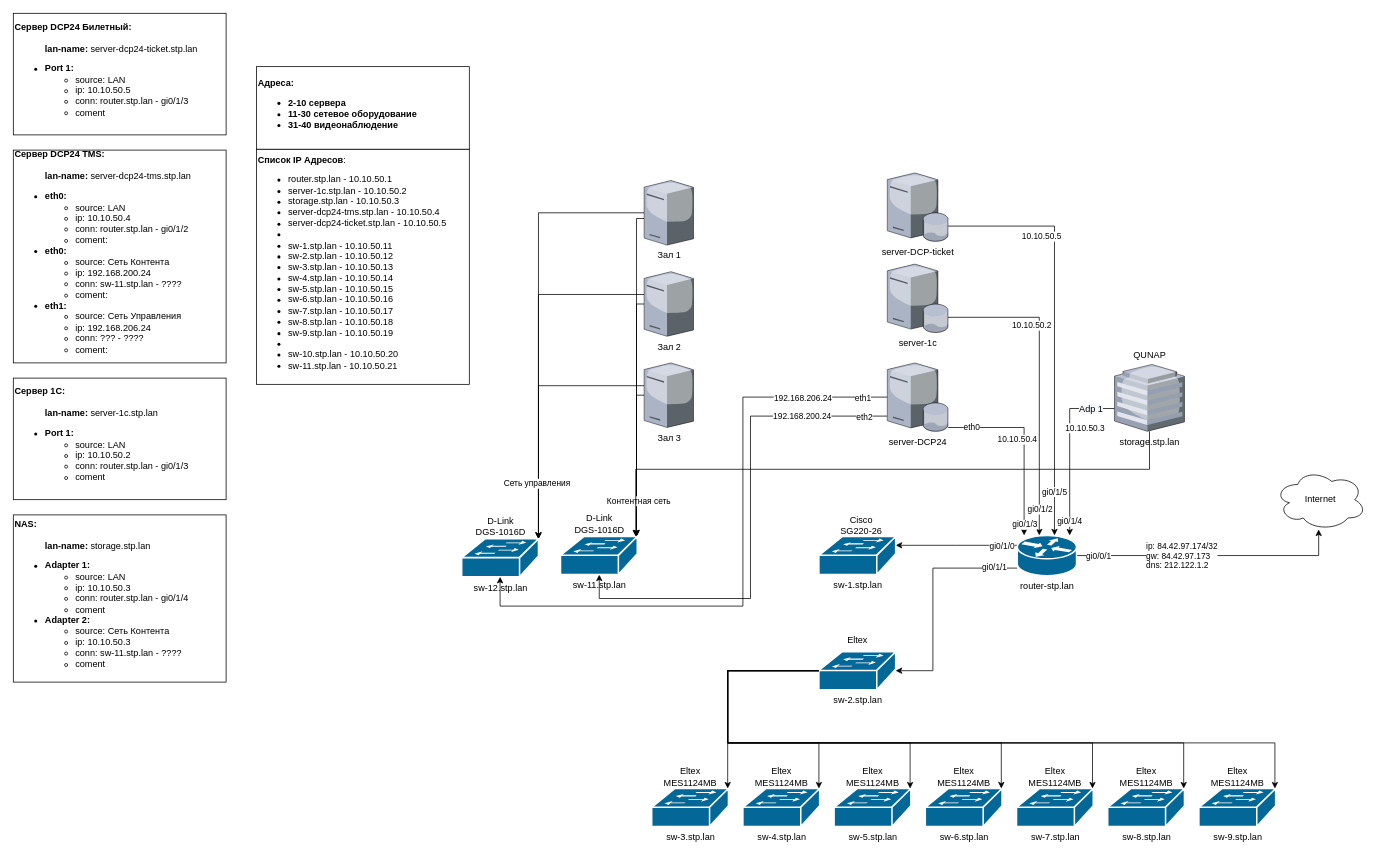
Above: network-map.drawio in lex1010011010/kino-khv (draw.io), before the change. Source tidied: cells renumbered, new cells numbered last; positions are measured from the earlier drawing's top-left corner, leaving out a move shared by most shapes. Both pictures are drawn from the tidied source at 76%, with x=0, y=0 at pixel (13, 13).
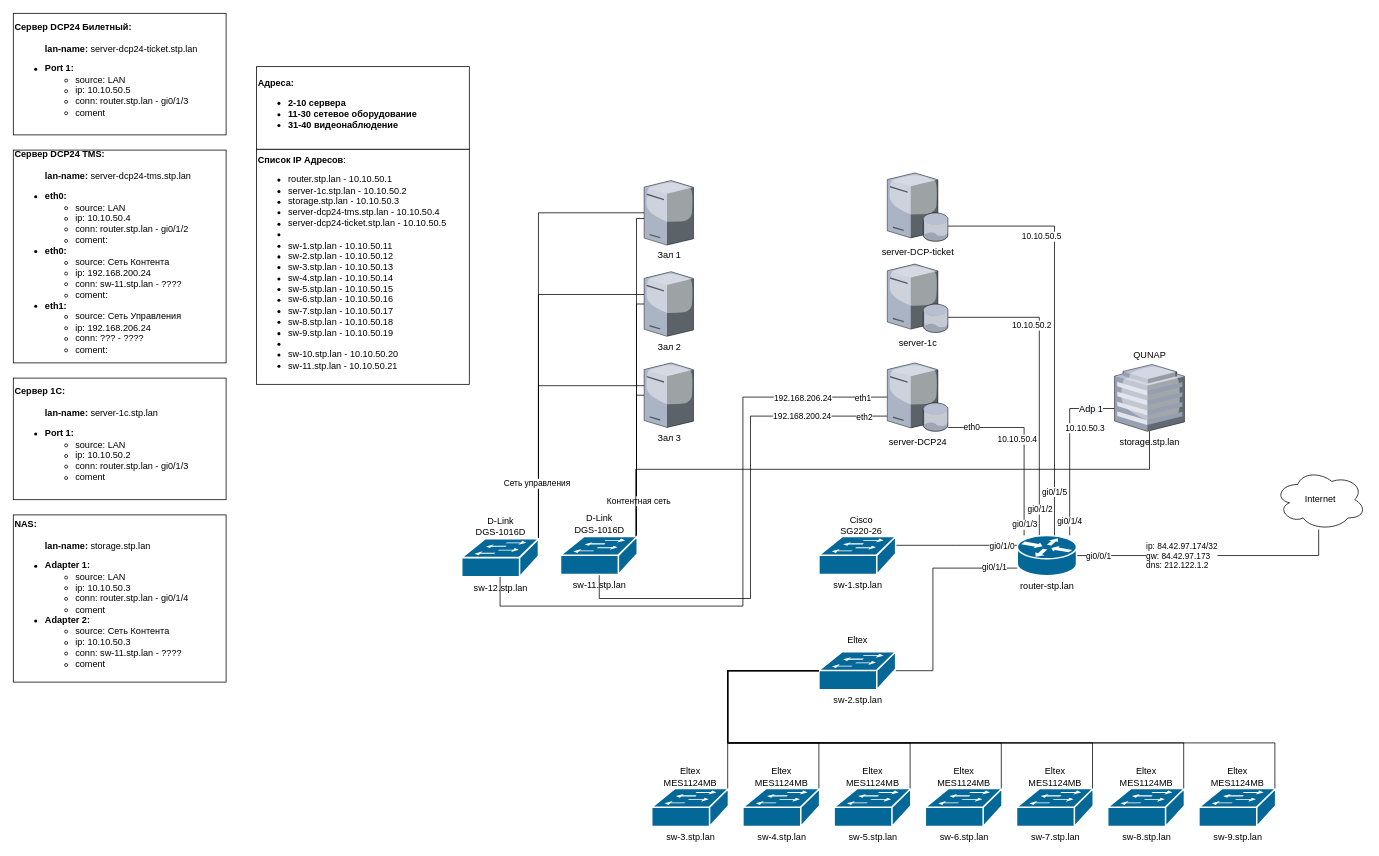
The same page after the edit.

Unchanged cells that the change refers to:
```xml
<mxCell id="20" value="router-stp.lan" style="shape=mxgraph.cisco.routers.router;sketch=0;html=1;dashed=0;fillColor=#036897;strokeColor=#ffffff;strokeWidth=2;verticalLabelPosition=bottom;verticalAlign=top;align=center;outlineConnect=0;" parent="1" vertex="1">
  <mxGeometry x="1321" y="687" width="78" height="53" as="geometry" />
</mxCell>
<mxCell id="21" value="Internet" style="ellipse;shape=cloud;whiteSpace=wrap;html=1;" parent="1" vertex="1">
  <mxGeometry x="1660" y="600" width="120" height="80" as="geometry" />
</mxCell>
<mxCell id="22" value="server-1c" style="verticalLabelPosition=bottom;sketch=0;html=1;verticalAlign=top;strokeColor=none;align=center;outlineConnect=0;shape=mxgraph.citrix.database_server;" parent="1" vertex="1">
  <mxGeometry x="1150" y="330" width="80" height="90" as="geometry" />
</mxCell>
<mxCell id="26" value="server-DCP24" style="verticalLabelPosition=bottom;sketch=0;html=1;verticalAlign=top;strokeColor=none;align=center;outlineConnect=0;shape=mxgraph.citrix.database_server;" parent="1" vertex="1">
  <mxGeometry x="1150" y="460" width="80" height="90" as="geometry" />
</mxCell>
<mxCell id="29" value="Зал 1" style="verticalLabelPosition=bottom;sketch=0;html=1;verticalAlign=top;strokeColor=none;align=center;outlineConnect=0;shape=mxgraph.citrix.tower_server;" parent="1" vertex="1">
  <mxGeometry x="830" y="220" width="65" height="85" as="geometry" />
</mxCell>
<mxCell id="32" value="Зал 2" style="verticalLabelPosition=bottom;sketch=0;html=1;verticalAlign=top;strokeColor=none;align=center;outlineConnect=0;shape=mxgraph.citrix.tower_server;" parent="1" vertex="1">
  <mxGeometry x="830" y="340" width="65" height="85" as="geometry" />
</mxCell>
<mxCell id="37" value="Зал 3" style="verticalLabelPosition=bottom;sketch=0;html=1;verticalAlign=top;strokeColor=none;align=center;outlineConnect=0;shape=mxgraph.citrix.tower_server;" parent="1" vertex="1">
  <mxGeometry x="830" y="460" width="65" height="85" as="geometry" />
</mxCell>
<mxCell id="39" value="sw-1.stp.lan" style="shape=mxgraph.cisco.switches.workgroup_switch;sketch=0;html=1;dashed=0;fillColor=#036897;strokeColor=#ffffff;strokeWidth=2;verticalLabelPosition=bottom;verticalAlign=top;align=center;outlineConnect=0;" parent="38" vertex="1">
  <mxGeometry y="30" width="101" height="50" as="geometry" />
</mxCell>
<mxCell id="42" value="sw-2.stp.lan" style="shape=mxgraph.cisco.switches.workgroup_switch;sketch=0;html=1;dashed=0;fillColor=#036897;strokeColor=#ffffff;strokeWidth=2;verticalLabelPosition=bottom;verticalAlign=top;align=center;outlineConnect=0;" parent="41" vertex="1">
  <mxGeometry y="30" width="101" height="50" as="geometry" />
</mxCell>
<mxCell id="45" value="sw-3.stp.lan" style="shape=mxgraph.cisco.switches.workgroup_switch;sketch=0;html=1;dashed=0;fillColor=#036897;strokeColor=#ffffff;strokeWidth=2;verticalLabelPosition=bottom;verticalAlign=top;align=center;outlineConnect=0;" parent="44" vertex="1">
  <mxGeometry y="30" width="101" height="50" as="geometry" />
</mxCell>
<mxCell id="49" value="sw-4.stp.lan" style="shape=mxgraph.cisco.switches.workgroup_switch;sketch=0;html=1;dashed=0;fillColor=#036897;strokeColor=#ffffff;strokeWidth=2;verticalLabelPosition=bottom;verticalAlign=top;align=center;outlineConnect=0;" parent="48" vertex="1">
  <mxGeometry y="30" width="101" height="50" as="geometry" />
</mxCell>
<mxCell id="53" value="sw-5.stp.lan" style="shape=mxgraph.cisco.switches.workgroup_switch;sketch=0;html=1;dashed=0;fillColor=#036897;strokeColor=#ffffff;strokeWidth=2;verticalLabelPosition=bottom;verticalAlign=top;align=center;outlineConnect=0;" parent="52" vertex="1">
  <mxGeometry y="30" width="101" height="50" as="geometry" />
</mxCell>
<mxCell id="56" value="sw-6.stp.lan" style="shape=mxgraph.cisco.switches.workgroup_switch;sketch=0;html=1;dashed=0;fillColor=#036897;strokeColor=#ffffff;strokeWidth=2;verticalLabelPosition=bottom;verticalAlign=top;align=center;outlineConnect=0;" parent="55" vertex="1">
  <mxGeometry y="30" width="101" height="50" as="geometry" />
</mxCell>
<mxCell id="59" value="sw-7.stp.lan" style="shape=mxgraph.cisco.switches.workgroup_switch;sketch=0;html=1;dashed=0;fillColor=#036897;strokeColor=#ffffff;strokeWidth=2;verticalLabelPosition=bottom;verticalAlign=top;align=center;outlineConnect=0;" parent="58" vertex="1">
  <mxGeometry y="30" width="101" height="50" as="geometry" />
</mxCell>
<mxCell id="62" value="sw-8.stp.lan" style="shape=mxgraph.cisco.switches.workgroup_switch;sketch=0;html=1;dashed=0;fillColor=#036897;strokeColor=#ffffff;strokeWidth=2;verticalLabelPosition=bottom;verticalAlign=top;align=center;outlineConnect=0;" parent="61" vertex="1">
  <mxGeometry y="30" width="101" height="50" as="geometry" />
</mxCell>
<mxCell id="65" value="sw-9.stp.lan" style="shape=mxgraph.cisco.switches.workgroup_switch;sketch=0;html=1;dashed=0;fillColor=#036897;strokeColor=#ffffff;strokeWidth=2;verticalLabelPosition=bottom;verticalAlign=top;align=center;outlineConnect=0;" parent="64" vertex="1">
  <mxGeometry y="30" width="101" height="50" as="geometry" />
</mxCell>
<mxCell id="73" value="sw-11.stp.lan" style="shape=mxgraph.cisco.switches.workgroup_switch;sketch=0;html=1;dashed=0;fillColor=#036897;strokeColor=#ffffff;strokeWidth=2;verticalLabelPosition=bottom;verticalAlign=top;align=center;outlineConnect=0;" parent="72" vertex="1">
  <mxGeometry y="31.5" width="101" height="50" as="geometry" />
</mxCell>
<mxCell id="76" value="sw-12.stp.lan" style="shape=mxgraph.cisco.switches.workgroup_switch;sketch=0;html=1;dashed=0;fillColor=#036897;strokeColor=#ffffff;strokeWidth=2;verticalLabelPosition=bottom;verticalAlign=top;align=center;outlineConnect=0;" parent="75" vertex="1">
  <mxGeometry y="31.5" width="101" height="50" as="geometry" />
</mxCell>
<mxCell id="88" value="storage.stp.lan" style="verticalLabelPosition=bottom;sketch=0;html=1;verticalAlign=top;strokeColor=none;align=center;outlineConnect=0;shape=mxgraph.citrix.hq_enterprise;rounded=0;" parent="87" vertex="1">
  <mxGeometry y="22" width="92" height="88" as="geometry" />
</mxCell>
<mxCell id="94" value="server-DCP-ticket" style="verticalLabelPosition=bottom;sketch=0;html=1;verticalAlign=top;strokeColor=none;align=center;outlineConnect=0;shape=mxgraph.citrix.database_server;" parent="1" vertex="1">
  <mxGeometry x="1150" y="210" width="80" height="90" as="geometry" />
</mxCell>
```

The edit, as a diff of the source:
```diff
@@
-    <mxCell id="2" style="edgeStyle=orthogonalEdgeStyle;rounded=0;jettySize=auto;html=1;entryX=0.48;entryY=0.99;entryDx=0;entryDy=0;entryPerimeter=0;" parent="1" edge="1" source="20" target="21">
+    <mxCell id="2" style="edgeStyle=orthogonalEdgeStyle;rounded=0;jettySize=auto;html=1;entryX=0.48;entryY=0.99;entryDx=0;entryDy=0;entryPerimeter=0;endArrow=none;endFill=0;" parent="1" edge="1" source="20" target="21">
       <mxGeometry relative="1" as="geometry" />
     </mxCell>
@@
-    <mxCell id="5" style="edgeStyle=orthogonalEdgeStyle;rounded=0;jettySize=auto;html=1;endArrow=none;endFill=0;startArrow=classic;startFill=1;" parent="1" edge="1" source="20" target="22">
+    <mxCell id="5" style="edgeStyle=orthogonalEdgeStyle;rounded=0;jettySize=auto;html=1;endArrow=none;endFill=0;startArrow=none;startFill=0;" parent="1" edge="1" source="20" target="22">
       <mxGeometry relative="1" as="geometry">
         <Array as="points">
           <mxPoint x="1350" y="400" />
         </Array>
       </mxGeometry>
     </mxCell>
@@
-    <mxCell id="8" style="edgeStyle=orthogonalEdgeStyle;rounded=0;jettySize=auto;html=1;endArrow=none;endFill=0;startArrow=classic;startFill=1;" parent="1" edge="1" source="20" target="26">
+    <mxCell id="8" style="edgeStyle=orthogonalEdgeStyle;rounded=0;jettySize=auto;html=1;endArrow=none;endFill=0;startArrow=none;startFill=0;" parent="1" edge="1" source="20" target="26">
       <mxGeometry relative="1" as="geometry">
         <Array as="points">
           <mxPoint x="1330" y="545" />
         </Array>
       </mxGeometry>
     </mxCell>
@@
-    <mxCell id="12" style="edgeStyle=orthogonalEdgeStyle;rounded=0;jettySize=auto;html=1;" parent="1" edge="1" source="20" target="39">
+    <mxCell id="12" style="edgeStyle=orthogonalEdgeStyle;rounded=0;jettySize=auto;html=1;endArrow=none;endFill=0;" parent="1" edge="1" source="20" target="39">
       <mxGeometry relative="1" as="geometry">
         <Array as="points">
           <mxPoint x="1240" y="700" />
           <mxPoint x="1240" y="700" />
         </Array>
       </mxGeometry>
     </mxCell>
@@
-    <mxCell id="14" style="edgeStyle=orthogonalEdgeStyle;rounded=0;jettySize=auto;html=1;" parent="1" edge="1" source="20" target="42">
+    <mxCell id="14" style="edgeStyle=orthogonalEdgeStyle;rounded=0;jettySize=auto;html=1;endArrow=none;endFill=0;" parent="1" edge="1" source="20" target="42">
       <mxGeometry relative="1" as="geometry">
         <Array as="points">
           <mxPoint x="1210" y="730" />
         </Array>
       </mxGeometry>
     </mxCell>
@@
-    <mxCell id="16" style="edgeStyle=orthogonalEdgeStyle;rounded=0;jettySize=auto;html=1;endArrow=none;endFill=0;startArrow=classic;startFill=1;" parent="1" edge="1" source="20" target="88">
+    <mxCell id="16" style="edgeStyle=orthogonalEdgeStyle;rounded=0;jettySize=auto;html=1;endArrow=none;endFill=0;startArrow=none;startFill=0;" parent="1" edge="1" source="20" target="88">
       <mxGeometry relative="1" as="geometry">
         <Array as="points">
           <mxPoint x="1390" y="520" />
         </Array>
       </mxGeometry>
     </mxCell>
@@
-    <mxCell id="23" style="edgeStyle=orthogonalEdgeStyle;rounded=0;jettySize=auto;html=1;startArrow=none;startFill=0;endArrow=classic;endFill=1;" parent="1" edge="1" source="26" target="73">
+    <mxCell id="23" style="edgeStyle=orthogonalEdgeStyle;rounded=0;jettySize=auto;html=1;startArrow=none;startFill=0;endArrow=none;endFill=0;" parent="1" edge="1" source="26" target="73">
       <mxGeometry relative="1" as="geometry">
         <Array as="points">
           <mxPoint x="970" y="530" />
           <mxPoint x="970" y="770" />
           <mxPoint x="771" y="770" />
         </Array>
       </mxGeometry>
     </mxCell>
@@
-    <mxCell id="27" style="edgeStyle=orthogonalEdgeStyle;rounded=0;jettySize=auto;html=1;" parent="1" edge="1" source="29" target="73">
+    <mxCell id="27" style="edgeStyle=orthogonalEdgeStyle;rounded=0;jettySize=auto;html=1;endArrow=none;endFill=0;" parent="1" edge="1" source="29" target="73">
       <mxGeometry relative="1" as="geometry">
         <Array as="points">
           <mxPoint x="820" y="270" />
         </Array>
       </mxGeometry>
     </mxCell>
-    <mxCell id="28" style="edgeStyle=orthogonalEdgeStyle;rounded=0;jettySize=auto;html=1;entryX=1;entryY=0;entryDx=0;entryDy=0;entryPerimeter=0;" parent="1" edge="1" source="29" target="76">
+    <mxCell id="28" style="edgeStyle=orthogonalEdgeStyle;rounded=0;jettySize=auto;html=1;entryX=1;entryY=0;entryDx=0;entryDy=0;entryPerimeter=0;endArrow=none;endFill=0;" parent="1" edge="1" source="29" target="76">
       <mxGeometry relative="1" as="geometry" />
     </mxCell>
@@
-    <mxCell id="30" style="edgeStyle=orthogonalEdgeStyle;rounded=0;jettySize=auto;html=1;" parent="1" edge="1" source="32" target="73">
+    <mxCell id="30" style="edgeStyle=orthogonalEdgeStyle;rounded=0;jettySize=auto;html=1;endArrow=none;endFill=0;" parent="1" edge="1" source="32" target="73">
       <mxGeometry relative="1" as="geometry">
         <Array as="points">
           <mxPoint x="820" y="383" />
         </Array>
       </mxGeometry>
     </mxCell>
-    <mxCell id="31" style="edgeStyle=orthogonalEdgeStyle;rounded=0;jettySize=auto;html=1;entryX=1;entryY=0;entryDx=0;entryDy=0;entryPerimeter=0;" parent="1" edge="1" source="32" target="76">
+    <mxCell id="31" style="edgeStyle=orthogonalEdgeStyle;rounded=0;jettySize=auto;html=1;entryX=1;entryY=0;entryDx=0;entryDy=0;entryPerimeter=0;endArrow=none;endFill=0;" parent="1" edge="1" source="32" target="76">
       <mxGeometry relative="1" as="geometry">
         <Array as="points">
           <mxPoint x="691" y="370" />
         </Array>
       </mxGeometry>
     </mxCell>
@@
-    <mxCell id="33" style="edgeStyle=orthogonalEdgeStyle;rounded=0;jettySize=auto;html=1;" parent="1" edge="1" source="37" target="73">
+    <mxCell id="33" style="edgeStyle=orthogonalEdgeStyle;rounded=0;jettySize=auto;html=1;endArrow=none;endFill=0;" parent="1" edge="1" source="37" target="73">
       <mxGeometry relative="1" as="geometry">
         <Array as="points">
           <mxPoint x="820" y="503" />
         </Array>
       </mxGeometry>
     </mxCell>
@@
-    <mxCell id="35" style="edgeStyle=orthogonalEdgeStyle;rounded=0;jettySize=auto;html=1;entryX=1;entryY=0;entryDx=0;entryDy=0;entryPerimeter=0;" parent="1" edge="1" source="37" target="76">
+    <mxCell id="35" style="edgeStyle=orthogonalEdgeStyle;rounded=0;jettySize=auto;html=1;entryX=1;entryY=0;entryDx=0;entryDy=0;entryPerimeter=0;endArrow=none;endFill=0;" parent="1" edge="1" source="37" target="76">
       <mxGeometry relative="1" as="geometry">
         <Array as="points">
           <mxPoint x="691" y="490" />
         </Array>
       </mxGeometry>
     </mxCell>
@@
-    <mxCell id="47" style="edgeStyle=orthogonalEdgeStyle;rounded=0;jettySize=auto;html=1;" parent="1" edge="1" source="42" target="45">
+    <mxCell id="47" style="edgeStyle=orthogonalEdgeStyle;rounded=0;jettySize=auto;html=1;endArrow=none;endFill=0;" parent="1" edge="1" source="42" target="45">
       <mxGeometry relative="1" as="geometry">
         <Array as="points">
           <mxPoint x="940" y="865" />
         </Array>
       </mxGeometry>
     </mxCell>
@@
-    <mxCell id="51" style="edgeStyle=orthogonalEdgeStyle;rounded=0;jettySize=auto;html=1;" parent="1" edge="1" source="42" target="49">
+    <mxCell id="51" style="edgeStyle=orthogonalEdgeStyle;rounded=0;jettySize=auto;html=1;endArrow=none;endFill=0;" parent="1" edge="1" source="42" target="49">
       <mxGeometry relative="1" as="geometry">
         <Array as="points">
           <mxPoint x="940" y="865" />
           <mxPoint x="940" y="960" />
           <mxPoint x="1060" y="960" />
         </Array>
       </mxGeometry>
     </mxCell>
@@
-    <mxCell id="67" style="edgeStyle=orthogonalEdgeStyle;rounded=0;jettySize=auto;html=1;" parent="1" edge="1" source="42" target="53">
+    <mxCell id="67" style="edgeStyle=orthogonalEdgeStyle;rounded=0;jettySize=auto;html=1;endArrow=none;endFill=0;" parent="1" edge="1" source="42" target="53">
       <mxGeometry relative="1" as="geometry">
         <Array as="points">
           <mxPoint x="940" y="865" />
           <mxPoint x="940" y="960" />
           <mxPoint x="1180" y="960" />
         </Array>
       </mxGeometry>
     </mxCell>
-    <mxCell id="68" style="edgeStyle=orthogonalEdgeStyle;rounded=0;jettySize=auto;html=1;" parent="1" edge="1" source="42" target="56">
+    <mxCell id="68" style="edgeStyle=orthogonalEdgeStyle;rounded=0;jettySize=auto;html=1;endArrow=none;endFill=0;" parent="1" edge="1" source="42" target="56">
       <mxGeometry relative="1" as="geometry">
         <Array as="points">
           <mxPoint x="940" y="865" />
           <mxPoint x="940" y="960" />
           <mxPoint x="1300" y="960" />
         </Array>
       </mxGeometry>
     </mxCell>
-    <mxCell id="69" style="edgeStyle=orthogonalEdgeStyle;rounded=0;jettySize=auto;html=1;" parent="1" edge="1" source="42" target="59">
+    <mxCell id="69" style="edgeStyle=orthogonalEdgeStyle;rounded=0;jettySize=auto;html=1;endArrow=none;endFill=0;" parent="1" edge="1" source="42" target="59">
       <mxGeometry relative="1" as="geometry">
         <Array as="points">
           <mxPoint x="940" y="865" />
           <mxPoint x="940" y="960" />
           <mxPoint x="1420" y="960" />
         </Array>
       </mxGeometry>
     </mxCell>
-    <mxCell id="70" style="edgeStyle=orthogonalEdgeStyle;rounded=0;jettySize=auto;html=1;" parent="1" edge="1" source="42" target="62">
+    <mxCell id="70" style="edgeStyle=orthogonalEdgeStyle;rounded=0;jettySize=auto;html=1;endArrow=none;endFill=0;" parent="1" edge="1" source="42" target="62">
       <mxGeometry relative="1" as="geometry">
         <Array as="points">
           <mxPoint x="940" y="865" />
           <mxPoint x="940" y="960" />
           <mxPoint x="1540" y="960" />
         </Array>
       </mxGeometry>
     </mxCell>
-    <mxCell id="71" style="edgeStyle=orthogonalEdgeStyle;rounded=0;jettySize=auto;html=1;" parent="1" edge="1" source="42" target="65">
+    <mxCell id="71" style="edgeStyle=orthogonalEdgeStyle;rounded=0;jettySize=auto;html=1;endArrow=none;endFill=0;" parent="1" edge="1" source="42" target="65">
       <mxGeometry relative="1" as="geometry">
         <Array as="points">
           <mxPoint x="940" y="865" />
           <mxPoint x="940" y="960" />
           <mxPoint x="1660" y="960" />
         </Array>
       </mxGeometry>
     </mxCell>
@@
-    <mxCell id="78" style="edgeStyle=orthogonalEdgeStyle;rounded=0;jettySize=auto;html=1;endArrow=none;endFill=0;startArrow=classic;startFill=1;" parent="1" edge="1" source="76" target="26">
+    <mxCell id="78" style="edgeStyle=orthogonalEdgeStyle;rounded=0;jettySize=auto;html=1;endArrow=none;endFill=0;startArrow=none;startFill=0;" parent="1" edge="1" source="76" target="26">
       <mxGeometry relative="1" as="geometry">
         <Array as="points">
           <mxPoint x="641" y="780" />
           <mxPoint x="960" y="780" />
           <mxPoint x="960" y="505" />
         </Array>
       </mxGeometry>
     </mxCell>
@@
-    <mxCell id="90" style="edgeStyle=orthogonalEdgeStyle;rounded=0;jettySize=auto;html=1;fontStyle=0;" parent="1" edge="1" source="88" target="73">
+    <mxCell id="90" style="edgeStyle=orthogonalEdgeStyle;rounded=0;jettySize=auto;html=1;fontStyle=0;endArrow=none;endFill=0;" parent="1" edge="1" source="88" target="73">
       <mxGeometry relative="1" as="geometry">
         <Array as="points">
           <mxPoint x="1495" y="600" />
           <mxPoint x="819" y="600" />
         </Array>
       </mxGeometry>
     </mxCell>
-    <mxCell id="91" style="edgeStyle=orthogonalEdgeStyle;rounded=0;jettySize=auto;html=1;startArrow=none;startFill=0;endArrow=classic;endFill=1;" parent="1" edge="1" source="94" target="20">
+    <mxCell id="91" style="edgeStyle=orthogonalEdgeStyle;rounded=0;jettySize=auto;html=1;startArrow=none;startFill=0;endArrow=none;endFill=0;" parent="1" edge="1" source="94" target="20">
       <mxGeometry relative="1" as="geometry">
         <Array as="points">
           <mxPoint x="1370" y="280" />
         </Array>
       </mxGeometry>
     </mxCell>
```
